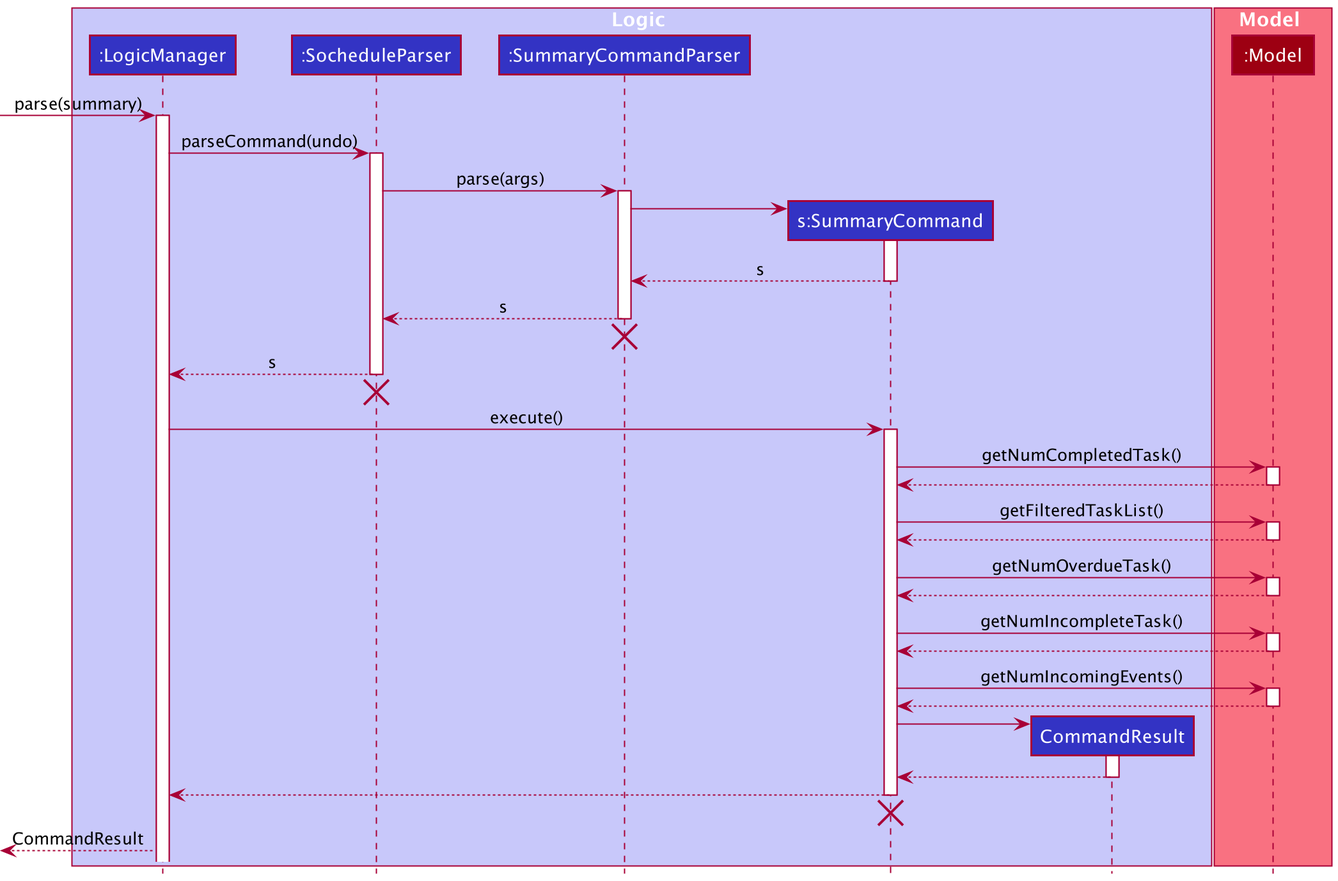
Earlier version of the PlantUML export docs/images/SummaryCommandSequenceDiagram.png (nus-cs2103-AY2021S2/tp).
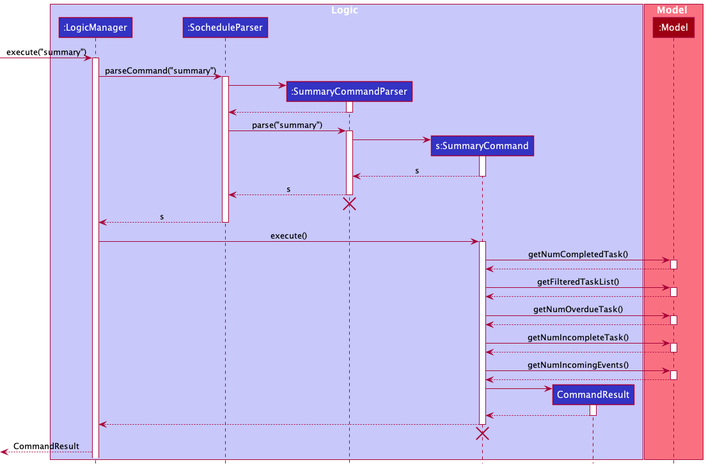
Above is the later version.

Diff of the diagram source:
```diff
@@ -13,18 +13,26 @@
 participant ":Model" as Model MODEL_COLOR
 end box
 
-[-> LogicManager : parse(summary)
+[-> LogicManager : execute("summary")
 activate LogicManager
 
-LogicManager -> SocheduleParser : parseCommand(undo)
+LogicManager -> SocheduleParser : parseCommand("summary")
 activate SocheduleParser
 
-SocheduleParser -> SummaryCommandParser: parse(args)
+create SummaryCommandParser
+SocheduleParser -> SummaryCommandParser
+activate SummaryCommandParser
+
+SummaryCommandParser --> SocheduleParser
+deactivate SummaryCommandParser
+
+SocheduleParser -> SummaryCommandParser: parse("summary")
 activate SummaryCommandParser
 
 create SummaryCommand
 SummaryCommandParser -> SummaryCommand
 activate SummaryCommand
+
 SummaryCommandParser <--SummaryCommand : s
 deactivate SummaryCommand
 
@@ -35,8 +43,7 @@
 
 LogicManager <-- SocheduleParser : s
 deactivate SocheduleParser
-SocheduleParser -[hidden]->[
-destroy SocheduleParser
+
 
 LogicManager -> SummaryCommand : execute()
 activate SummaryCommand
```
